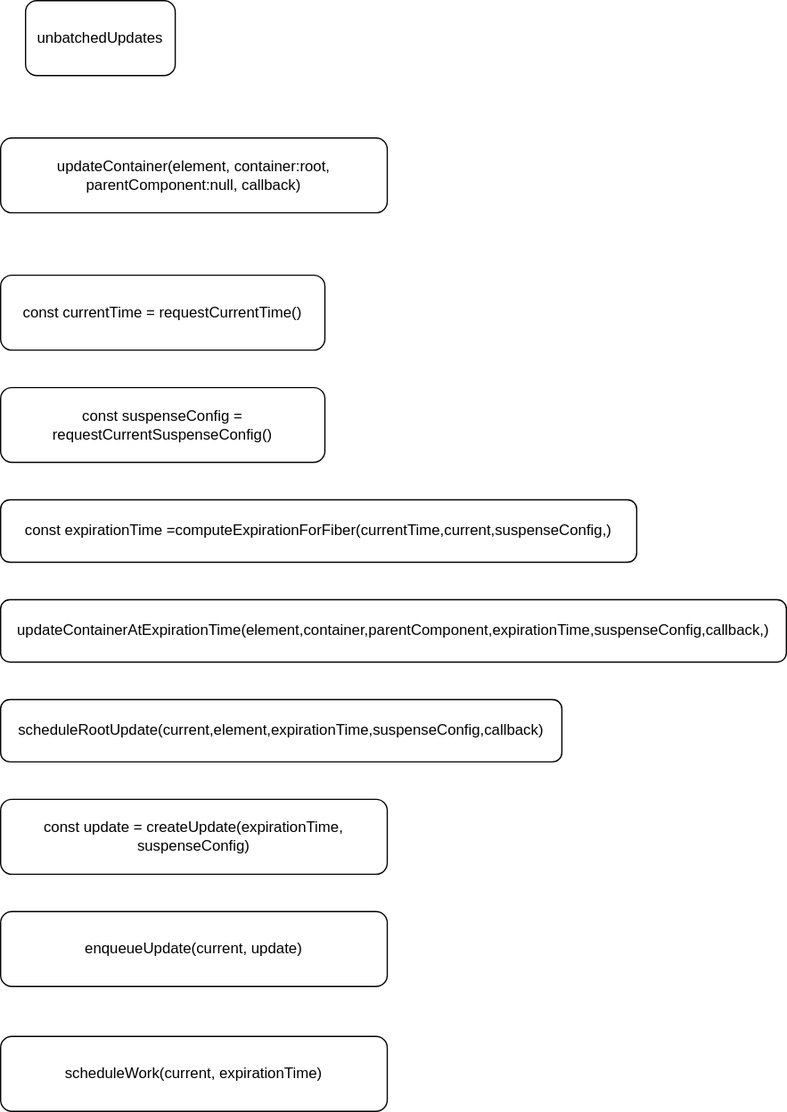
gwtjs/read-code keeps this draw.io diagram as react16.10/图片/updateContainer.svg. Above is the earlier version. Source tidied: cells renumbered, new cells last; positions are measured from the earlier drawing's top-left corner, leaving out a move shared by most shapes. Its diagram source:
```xml
<mxGraphModel>
  <root>
    <mxCell id="0" />
    <mxCell id="1" parent="0" />
    <mxCell id="2" value="unbatchedUpdates" style="rounded=1;whiteSpace=wrap;html=1;" parent="1" vertex="1">
      <mxGeometry x="20" width="120" height="60" as="geometry" />
    </mxCell>
    <mxCell id="3" value="updateContainer(element, container:root, parentComponent:null, callback)" style="rounded=1;whiteSpace=wrap;html=1;" parent="1" vertex="1">
      <mxGeometry y="110" width="310" height="60" as="geometry" />
    </mxCell>
    <mxCell id="4" value="const currentTime = requestCurrentTime()" style="rounded=1;whiteSpace=wrap;html=1;" parent="1" vertex="1">
      <mxGeometry y="220" width="260" height="60" as="geometry" />
    </mxCell>
    <mxCell id="5" value="const suspenseConfig = requestCurrentSuspenseConfig()" style="rounded=1;whiteSpace=wrap;html=1;" parent="1" vertex="1">
      <mxGeometry y="310" width="260" height="60" as="geometry" />
    </mxCell>
    <mxCell id="6" value="&lt;div&gt;const expirationTime =computeExpirationForFiber(&lt;span&gt;currentTime,&lt;/span&gt;&lt;span&gt;current,&lt;/span&gt;&lt;span&gt;suspenseConfig,&lt;/span&gt;&lt;span&gt;)&lt;/span&gt;&lt;/div&gt;" style="rounded=1;whiteSpace=wrap;html=1;" parent="1" vertex="1">
      <mxGeometry y="400" width="510" height="50" as="geometry" />
    </mxCell>
    <mxCell id="7" value="&lt;div&gt;updateContainerAtExpirationTime(&lt;span&gt;element,&lt;/span&gt;&lt;span&gt;container,&lt;/span&gt;&lt;span&gt;parentComponent,&lt;/span&gt;&lt;span&gt;expirationTime,&lt;/span&gt;&lt;span&gt;suspenseConfig,&lt;/span&gt;&lt;span&gt;callback,&lt;/span&gt;&lt;span&gt;)&lt;/span&gt;&lt;/div&gt;" style="rounded=1;whiteSpace=wrap;html=1;" parent="1" vertex="1">
      <mxGeometry y="480" width="630" height="50" as="geometry" />
    </mxCell>
    <mxCell id="8" value="scheduleRootUpdate(current,element,expirationTime,suspenseConfig,callback)" style="rounded=1;whiteSpace=wrap;html=1;" parent="1" vertex="1">
      <mxGeometry y="560" width="450" height="50" as="geometry" />
    </mxCell>
    <mxCell id="9" value="const update = createUpdate(expirationTime, suspenseConfig)" style="rounded=1;whiteSpace=wrap;html=1;" parent="1" vertex="1">
      <mxGeometry y="640" width="310" height="60" as="geometry" />
    </mxCell>
    <mxCell id="10" value="enqueueUpdate(current, update)" style="rounded=1;whiteSpace=wrap;html=1;" parent="1" vertex="1">
      <mxGeometry y="730" width="310" height="60" as="geometry" />
    </mxCell>
    <mxCell id="11" value="scheduleWork(current, expirationTime)" style="rounded=1;whiteSpace=wrap;html=1;" parent="1" vertex="1">
      <mxGeometry y="830" width="310" height="60" as="geometry" />
    </mxCell>
  </root>
</mxGraphModel>
```
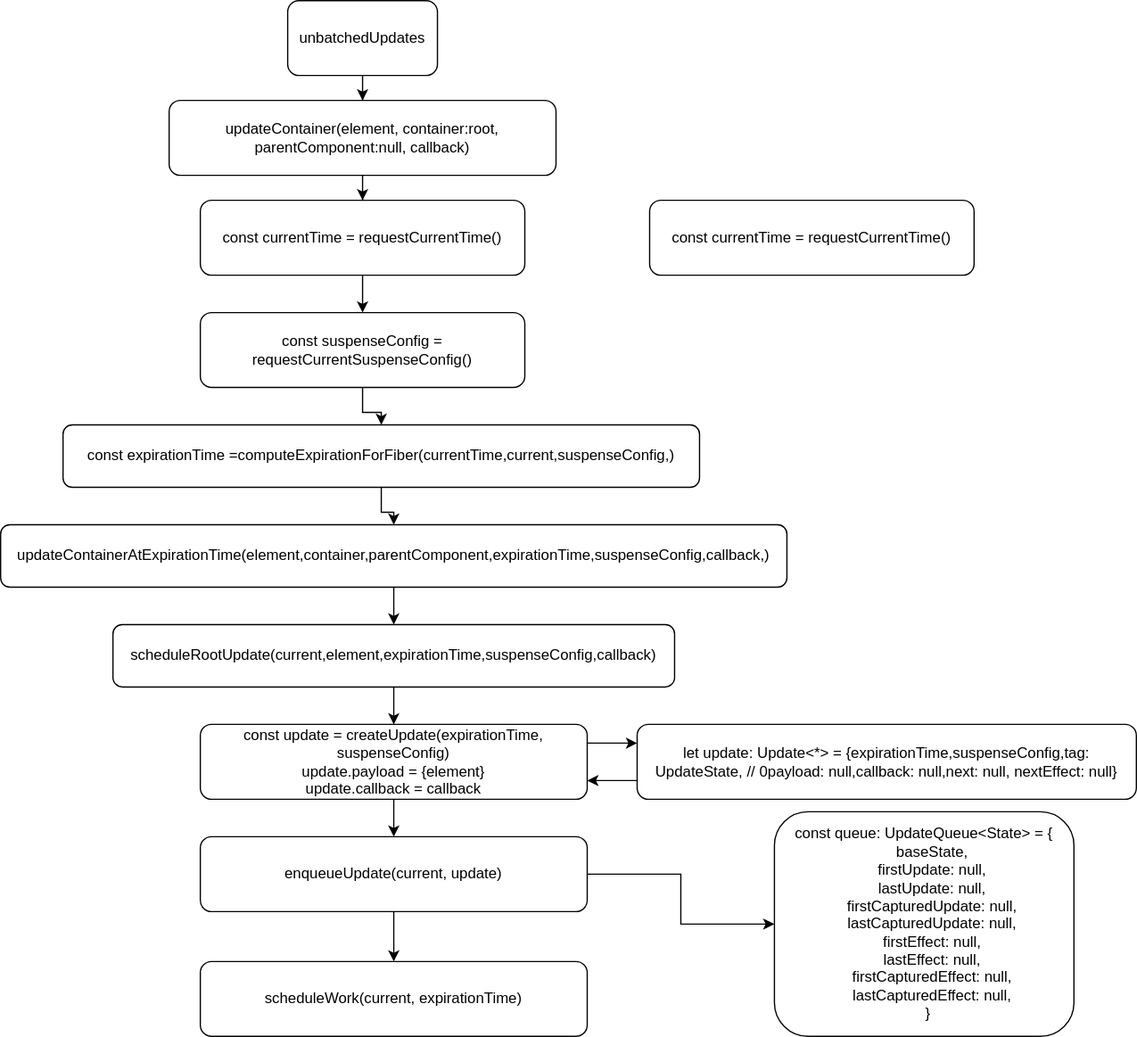
After the change.

The edit, as a diff of the source:
```diff
@@ -2,35 +2,80 @@
   <root>
     <mxCell id="0" />
     <mxCell id="1" parent="0" />
+    <mxCell id="12" style="edgeStyle=orthogonalEdgeStyle;rounded=0;jettySize=auto;html=1;exitX=0.5;exitY=1;exitDx=0;exitDy=0;" parent="1" edge="1" source="2" target="3">
+      <mxGeometry relative="1" as="geometry" />
+    </mxCell>
     <mxCell id="2" value="unbatchedUpdates" style="rounded=1;whiteSpace=wrap;html=1;" parent="1" vertex="1">
-      <mxGeometry x="20" width="120" height="60" as="geometry" />
+      <mxGeometry x="70" y="60" width="120" height="60" as="geometry" />
     </mxCell>
+    <mxCell id="13" style="edgeStyle=orthogonalEdgeStyle;rounded=0;jettySize=auto;html=1;" parent="1" edge="1" source="3" target="4">
+      <mxGeometry relative="1" as="geometry" />
+    </mxCell>
     <mxCell id="3" value="updateContainer(element, container:root, parentComponent:null, callback)" style="rounded=1;whiteSpace=wrap;html=1;" parent="1" vertex="1">
-      <mxGeometry y="110" width="310" height="60" as="geometry" />
+      <mxGeometry x="-25" y="140" width="310" height="60" as="geometry" />
     </mxCell>
+    <mxCell id="14" style="edgeStyle=orthogonalEdgeStyle;rounded=0;jettySize=auto;html=1;" parent="1" edge="1" source="4" target="5">
+      <mxGeometry relative="1" as="geometry" />
+    </mxCell>
     <mxCell id="4" value="const currentTime = requestCurrentTime()" style="rounded=1;whiteSpace=wrap;html=1;" parent="1" vertex="1">
       <mxGeometry y="220" width="260" height="60" as="geometry" />
     </mxCell>
+    <mxCell id="15" style="edgeStyle=orthogonalEdgeStyle;rounded=0;jettySize=auto;html=1;exitX=0.5;exitY=1;exitDx=0;exitDy=0;" parent="1" edge="1" source="5" target="6">
+      <mxGeometry relative="1" as="geometry" />
+    </mxCell>
     <mxCell id="5" value="const suspenseConfig = requestCurrentSuspenseConfig()" style="rounded=1;whiteSpace=wrap;html=1;" parent="1" vertex="1">
       <mxGeometry y="310" width="260" height="60" as="geometry" />
     </mxCell>
+    <mxCell id="16" style="edgeStyle=orthogonalEdgeStyle;rounded=0;jettySize=auto;html=1;exitX=0.5;exitY=1;exitDx=0;exitDy=0;" parent="1" edge="1" source="6" target="7">
+      <mxGeometry relative="1" as="geometry" />
+    </mxCell>
     <mxCell id="6" value="&lt;div&gt;const expirationTime =computeExpirationForFiber(&lt;span&gt;currentTime,&lt;/span&gt;&lt;span&gt;current,&lt;/span&gt;&lt;span&gt;suspenseConfig,&lt;/span&gt;&lt;span&gt;)&lt;/span&gt;&lt;/div&gt;" style="rounded=1;whiteSpace=wrap;html=1;" parent="1" vertex="1">
-      <mxGeometry y="400" width="510" height="50" as="geometry" />
+      <mxGeometry x="-110" y="400" width="510" height="50" as="geometry" />
     </mxCell>
+    <mxCell id="17" style="edgeStyle=orthogonalEdgeStyle;rounded=0;jettySize=auto;html=1;exitX=0.5;exitY=1;exitDx=0;exitDy=0;" parent="1" edge="1" source="7" target="8">
+      <mxGeometry relative="1" as="geometry" />
+    </mxCell>
     <mxCell id="7" value="&lt;div&gt;updateContainerAtExpirationTime(&lt;span&gt;element,&lt;/span&gt;&lt;span&gt;container,&lt;/span&gt;&lt;span&gt;parentComponent,&lt;/span&gt;&lt;span&gt;expirationTime,&lt;/span&gt;&lt;span&gt;suspenseConfig,&lt;/span&gt;&lt;span&gt;callback,&lt;/span&gt;&lt;span&gt;)&lt;/span&gt;&lt;/div&gt;" style="rounded=1;whiteSpace=wrap;html=1;" parent="1" vertex="1">
-      <mxGeometry y="480" width="630" height="50" as="geometry" />
+      <mxGeometry x="-160" y="480" width="630" height="50" as="geometry" />
     </mxCell>
+    <mxCell id="18" style="edgeStyle=orthogonalEdgeStyle;rounded=0;jettySize=auto;html=1;exitX=0.5;exitY=1;exitDx=0;exitDy=0;" parent="1" edge="1" source="8" target="9">
+      <mxGeometry relative="1" as="geometry" />
+    </mxCell>
     <mxCell id="8" value="scheduleRootUpdate(current,element,expirationTime,suspenseConfig,callback)" style="rounded=1;whiteSpace=wrap;html=1;" parent="1" vertex="1">
-      <mxGeometry y="560" width="450" height="50" as="geometry" />
+      <mxGeometry x="-70" y="560" width="450" height="50" as="geometry" />
     </mxCell>
+    <mxCell id="19" style="edgeStyle=orthogonalEdgeStyle;rounded=0;jettySize=auto;html=1;exitX=1;exitY=0.25;exitDx=0;exitDy=0;entryX=0;entryY=0.25;entryDx=0;entryDy=0;" parent="1" edge="1" source="9" target="25">
+      <mxGeometry relative="1" as="geometry" />
+    </mxCell>
+    <mxCell id="20" style="edgeStyle=orthogonalEdgeStyle;rounded=0;jettySize=auto;html=1;exitX=0.5;exitY=1;exitDx=0;exitDy=0;" parent="1" edge="1" source="9" target="10">
+      <mxGeometry relative="1" as="geometry" />
+    </mxCell>
-    <mxCell id="9" value="const update = createUpdate(expirationTime, suspenseConfig)" style="rounded=1;whiteSpace=wrap;html=1;" parent="1" vertex="1">
+    <mxCell id="9" value="const update = createUpdate(expirationTime, suspenseConfig)&lt;br&gt;update.payload = {element}&lt;br&gt;update.callback = callback" style="rounded=1;whiteSpace=wrap;html=1;" parent="1" vertex="1">
       <mxGeometry y="640" width="310" height="60" as="geometry" />
     </mxCell>
+    <mxCell id="21" style="edgeStyle=orthogonalEdgeStyle;rounded=0;jettySize=auto;html=1;exitX=0.5;exitY=1;exitDx=0;exitDy=0;" parent="1" edge="1" source="10" target="11">
+      <mxGeometry relative="1" as="geometry" />
+    </mxCell>
+    <mxCell id="22" style="edgeStyle=orthogonalEdgeStyle;rounded=0;jettySize=auto;html=1;exitX=1;exitY=0.5;exitDx=0;exitDy=0;entryX=0;entryY=0.5;entryDx=0;entryDy=0;" parent="1" edge="1" source="10" target="26">
+      <mxGeometry relative="1" as="geometry" />
+    </mxCell>
     <mxCell id="10" value="enqueueUpdate(current, update)" style="rounded=1;whiteSpace=wrap;html=1;" parent="1" vertex="1">
       <mxGeometry y="730" width="310" height="60" as="geometry" />
     </mxCell>
     <mxCell id="11" value="scheduleWork(current, expirationTime)" style="rounded=1;whiteSpace=wrap;html=1;" parent="1" vertex="1">
       <mxGeometry y="830" width="310" height="60" as="geometry" />
     </mxCell>
+    <mxCell id="23" value="const currentTime = requestCurrentTime()" style="rounded=1;whiteSpace=wrap;html=1;" parent="1" vertex="1">
+      <mxGeometry x="360" y="220" width="260" height="60" as="geometry" />
+    </mxCell>
+    <mxCell id="24" style="edgeStyle=orthogonalEdgeStyle;rounded=0;jettySize=auto;html=1;exitX=0;exitY=0.75;exitDx=0;exitDy=0;entryX=1;entryY=0.75;entryDx=0;entryDy=0;" parent="1" edge="1" source="25" target="9">
+      <mxGeometry relative="1" as="geometry" />
+    </mxCell>
+    <mxCell id="25" value="&lt;div&gt;let update: Update&amp;lt;*&amp;gt; = {&lt;span&gt;expirationTime,&lt;/span&gt;&lt;span&gt;suspenseConfig,&lt;/span&gt;&lt;span&gt;tag: UpdateState, // 0&lt;/span&gt;&lt;span&gt;payload: null,&lt;/span&gt;&lt;span&gt;callback: null,&lt;/span&gt;&lt;span&gt;next: null,&amp;nbsp;&lt;/span&gt;&lt;span&gt;nextEffect: null}&lt;/span&gt;&lt;/div&gt;" style="rounded=1;whiteSpace=wrap;html=1;" parent="1" vertex="1">
+      <mxGeometry x="350" y="640" width="400" height="60" as="geometry" />
+    </mxCell>
+    <mxCell id="26" value="&lt;div&gt;const queue: UpdateQueue&amp;lt;State&amp;gt; = {&lt;/div&gt;&lt;div&gt;&amp;nbsp; &amp;nbsp; baseState,&lt;/div&gt;&lt;div&gt;&amp;nbsp; &amp;nbsp; firstUpdate: null,&lt;/div&gt;&lt;div&gt;&amp;nbsp; &amp;nbsp; lastUpdate: null,&lt;/div&gt;&lt;div&gt;&amp;nbsp; &amp;nbsp; firstCapturedUpdate: null,&lt;/div&gt;&lt;div&gt;&amp;nbsp; &amp;nbsp; lastCapturedUpdate: null,&lt;/div&gt;&lt;div&gt;&amp;nbsp; &amp;nbsp; firstEffect: null,&lt;/div&gt;&lt;div&gt;&amp;nbsp; &amp;nbsp; lastEffect: null,&lt;/div&gt;&lt;div&gt;&amp;nbsp; &amp;nbsp; firstCapturedEffect: null,&lt;/div&gt;&lt;div&gt;&amp;nbsp; &amp;nbsp; lastCapturedEffect: null,&lt;/div&gt;&lt;div&gt;&amp;nbsp; }&lt;/div&gt;" style="rounded=1;whiteSpace=wrap;html=1;" parent="1" vertex="1">
+      <mxGeometry x="460" y="710" width="240" height="180" as="geometry" />
+    </mxCell>
   </root>
 </mxGraphModel>
```
